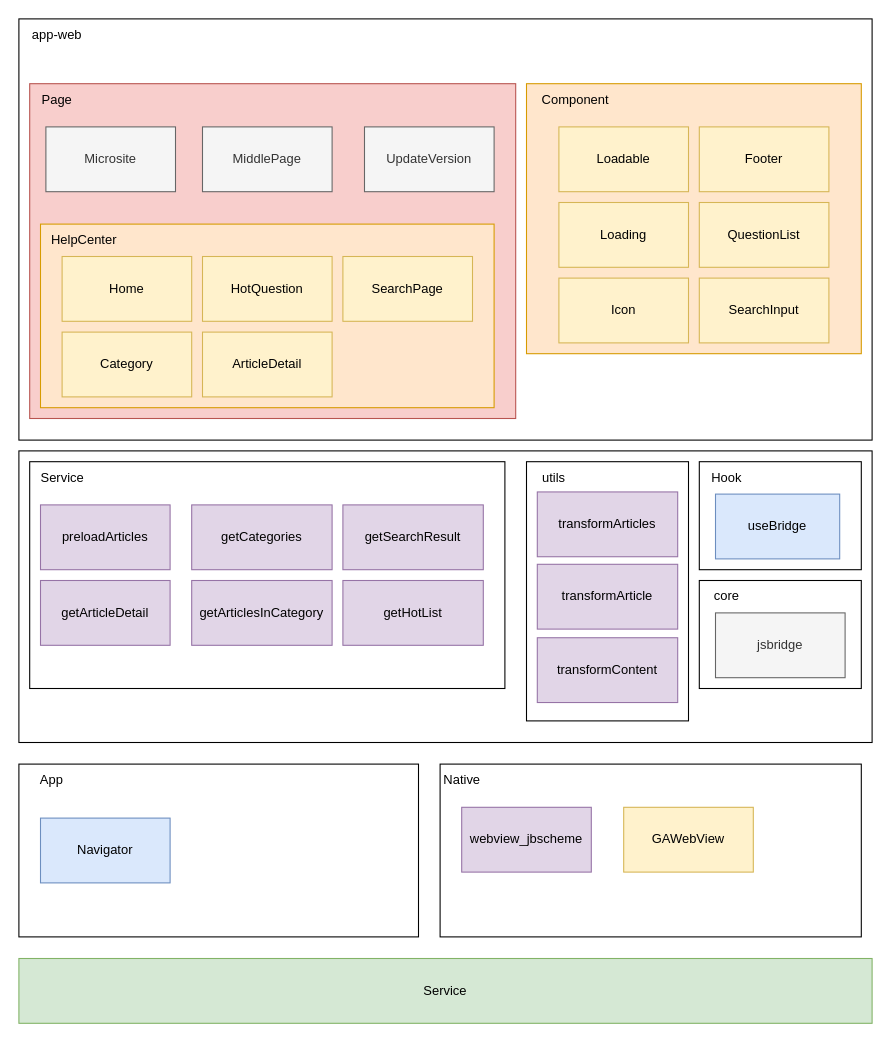
Before: page "第 2 页" (2 of 3) of helpcenter.drawio in RexYao97/sfrex, a draw.io diagram. Source tidied: cells renumbered, new cells numbered last; positions are measured from the earlier drawing's top-left corner, leaving out a move shared by most shapes. Both pictures are drawn from the tidied source at 108%, with x=0, y=0 at pixel (18, 18).
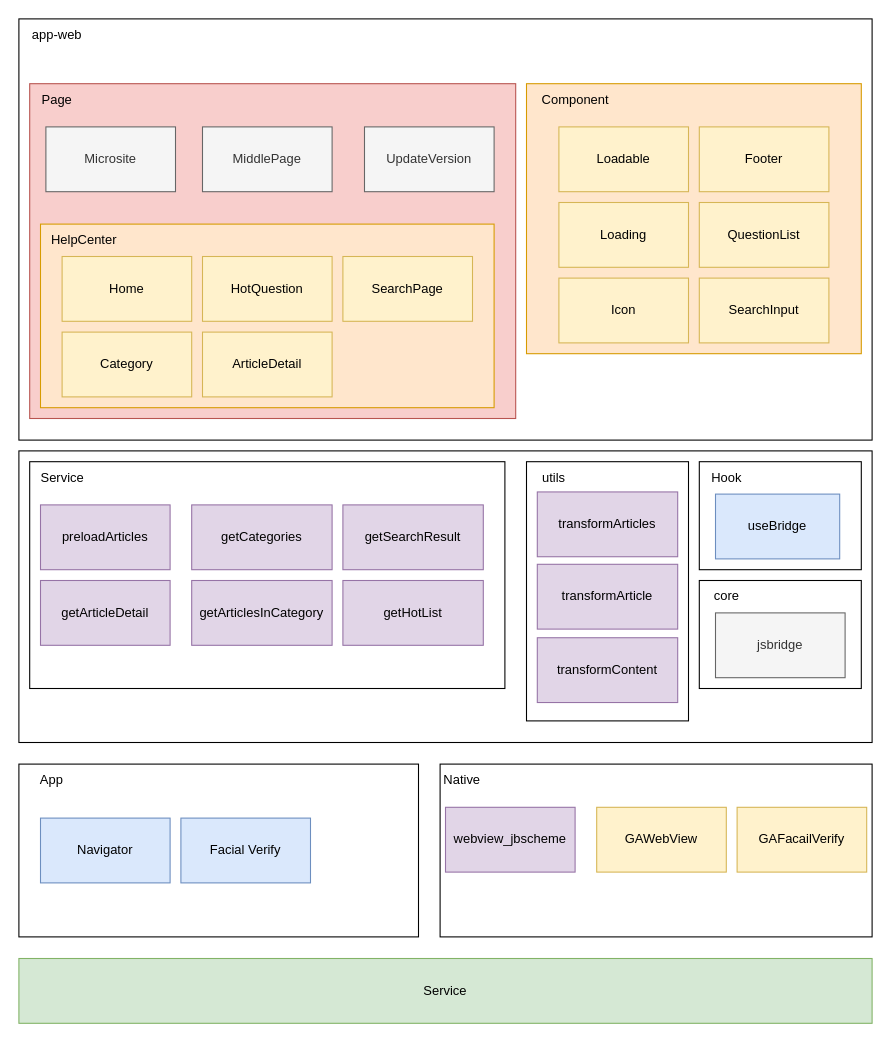
The same diagram, later.

What changed in the source:
```diff
@@
     <mxCell id="2" style="rounded=0;whiteSpace=wrap;html=1;" parent="1" vertex="1">
-      <mxGeometry x="390" y="690" width="390" height="160" as="geometry" />
+      <mxGeometry x="390" y="690" width="400" height="160" as="geometry" />
     </mxCell>
@@
     <mxCell id="48" value="GAWebView" style="rounded=0;whiteSpace=wrap;html=1;fillColor=#fff2cc;strokeColor=#d6b656;" parent="1" vertex="1">
-      <mxGeometry x="560" y="730" width="120" height="60" as="geometry" />
+      <mxGeometry x="535" y="730" width="120" height="60" as="geometry" />
     </mxCell>
     <mxCell id="49" value="webview_jbscheme" style="rounded=0;whiteSpace=wrap;html=1;fillColor=#e1d5e7;strokeColor=#9673a6;" parent="1" vertex="1">
-      <mxGeometry x="410" y="730" width="120" height="60" as="geometry" />
+      <mxGeometry x="395" y="730" width="120" height="60" as="geometry" />
     </mxCell>
@@
+    <mxCell id="52" value="Facial Verify" style="whiteSpace=wrap;html=1;fillColor=#dae8fc;strokeColor=#6c8ebf;" parent="1" vertex="1">
+      <mxGeometry x="150" y="740" width="120" height="60" as="geometry" />
+    </mxCell>
+    <mxCell id="53" value="GAFacailVerify" style="rounded=0;whiteSpace=wrap;html=1;fillColor=#fff2cc;strokeColor=#d6b656;" parent="1" vertex="1">
+      <mxGeometry x="665" y="730" width="120" height="60" as="geometry" />
+    </mxCell>
```
